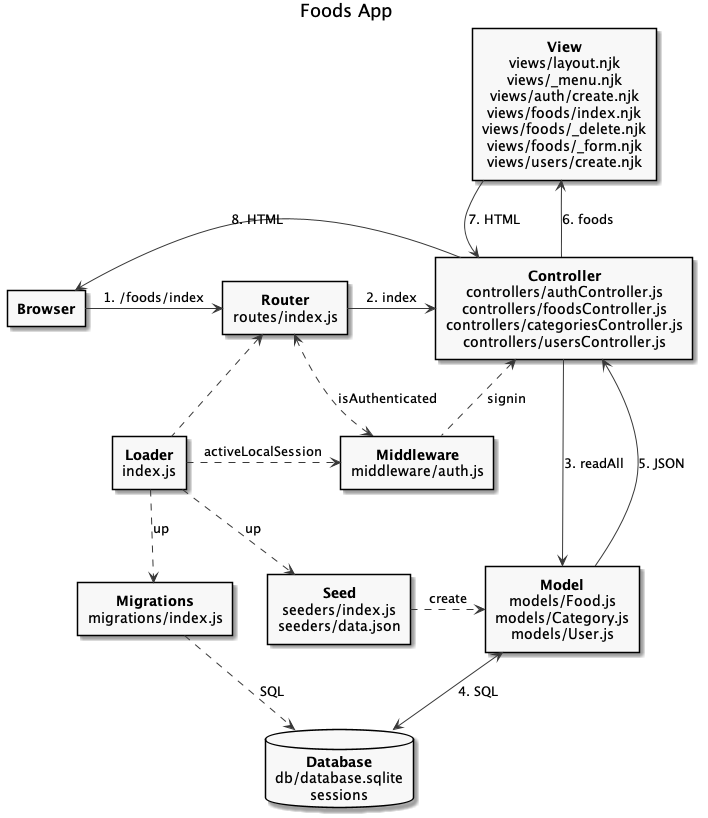
Before: classnotes/18/assets/mvc.png, a diagram exported from PlantUML (ifpb/lp2).
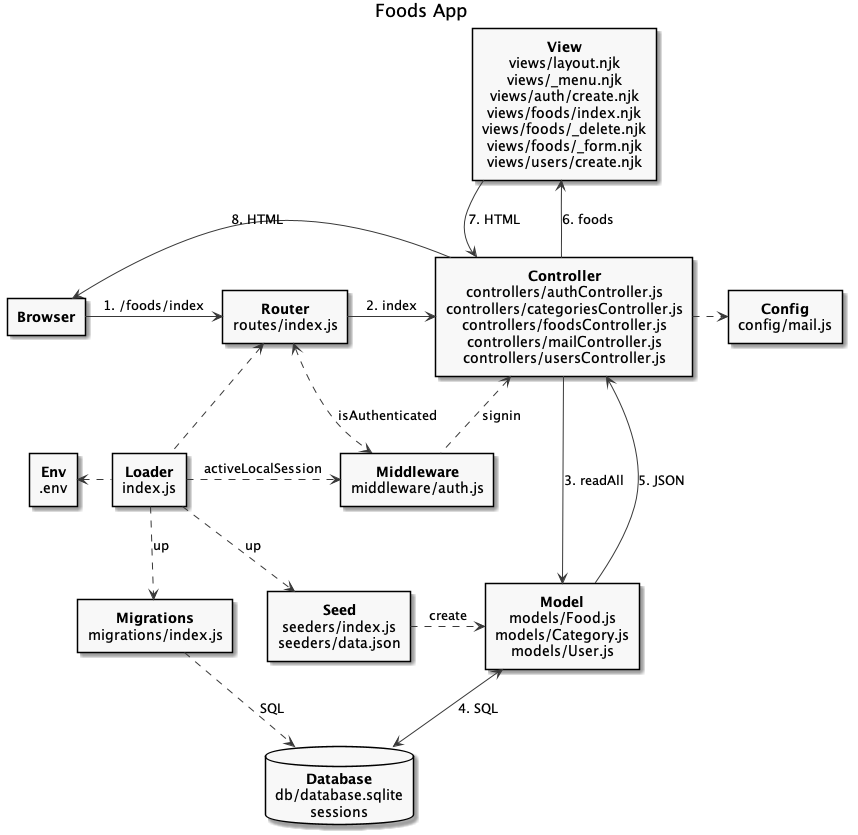
After the commit.

Change to the diagram source:
```diff
@@ -11,6 +11,14 @@
   <b>Loader
   index.js
 ]
+rectangle Env [
+  <b>Env
+  .env
+]
+rectangle Config [
+  <b>Config
+  config/mail.js
+]
 rectangle Middleware [
   <b>Middleware
   middleware/auth.js
@@ -22,8 +30,9 @@
 rectangle Controller [
   <b>Controller
   controllers/authController.js
+  controllers/categoriesController.js
   controllers/foodsController.js
-  controllers/categoriesController.js
+  controllers/mailController.js
   controllers/usersController.js
 ]
 rectangle Model [
@@ -63,6 +72,7 @@
 Middleware .up.> Controller: signin
 Model -up-> Controller: 5. JSON
 Controller -down-> Model: 3. readAll
+Controller .right.> Config
 Model <-down-> Database: 4. SQL
 View -down-> Controller: 7. HTML
 Controller -up-> View: 6. foods
@@ -70,6 +80,7 @@
 Loader .up.> Router
 Loader .down.> Seed: up
 Loader .right.> Middleware: activeLocalSession
+Loader .left.> Env
 Seed .right.> Model: create
 Migration ..> Database: SQL
 Loader .down.> Migration: up
```
